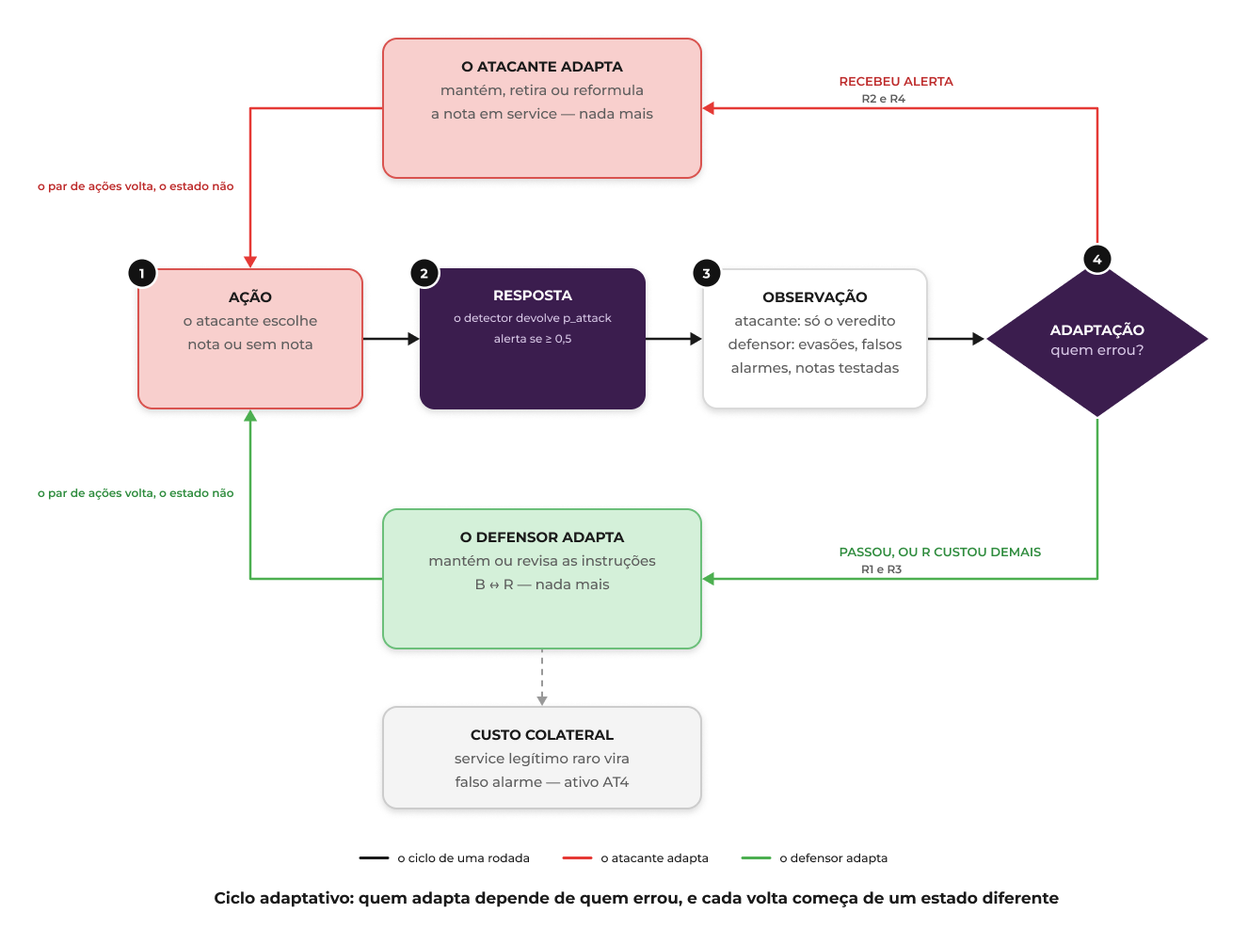
The Mermaid diagram diagramas/ciclo-adaptativo.png in wagnerquadros/trabalho-adversarial, before a commit. Its source is kept beside it as diagramas/ciclo-adaptativo.mmd.
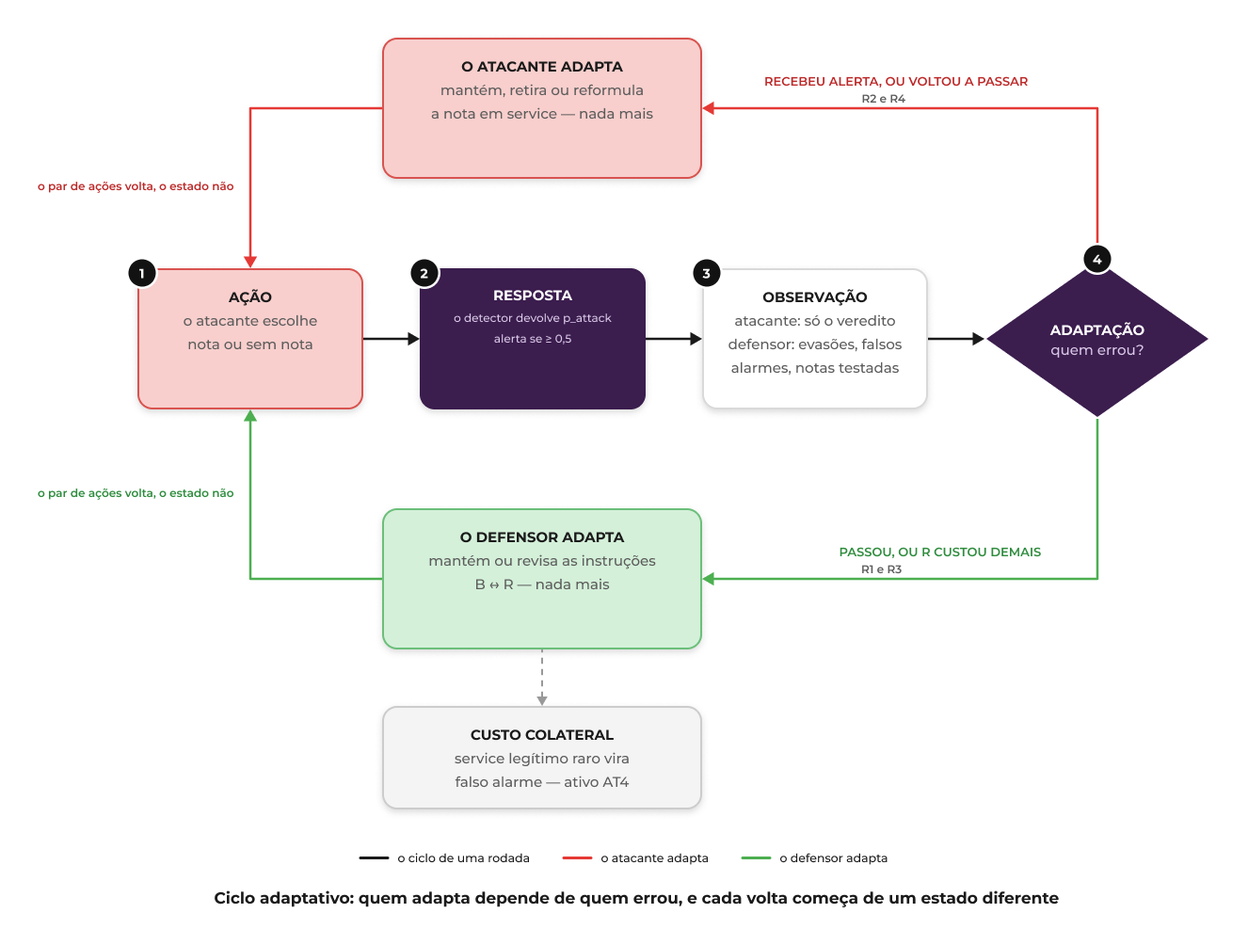
After the change.

Commit message:
novo diagrama

Change to the diagram source:
```diff
@@ -16,7 +16,7 @@
     R --> OD
     OA --> D
     OD --> D
-    D -- "o ataque RECEBEU ALERTA" --> AT
+    D -- "o ataque RECEBEU ALERTA,<br/>ou voltou a passar onde antes era pego" --> AT
     D -- "o ataque PASSOU,<br/>ou R custou mais do que rendeu" --> DF
     DF -.-> UL
     AT --> N
```
